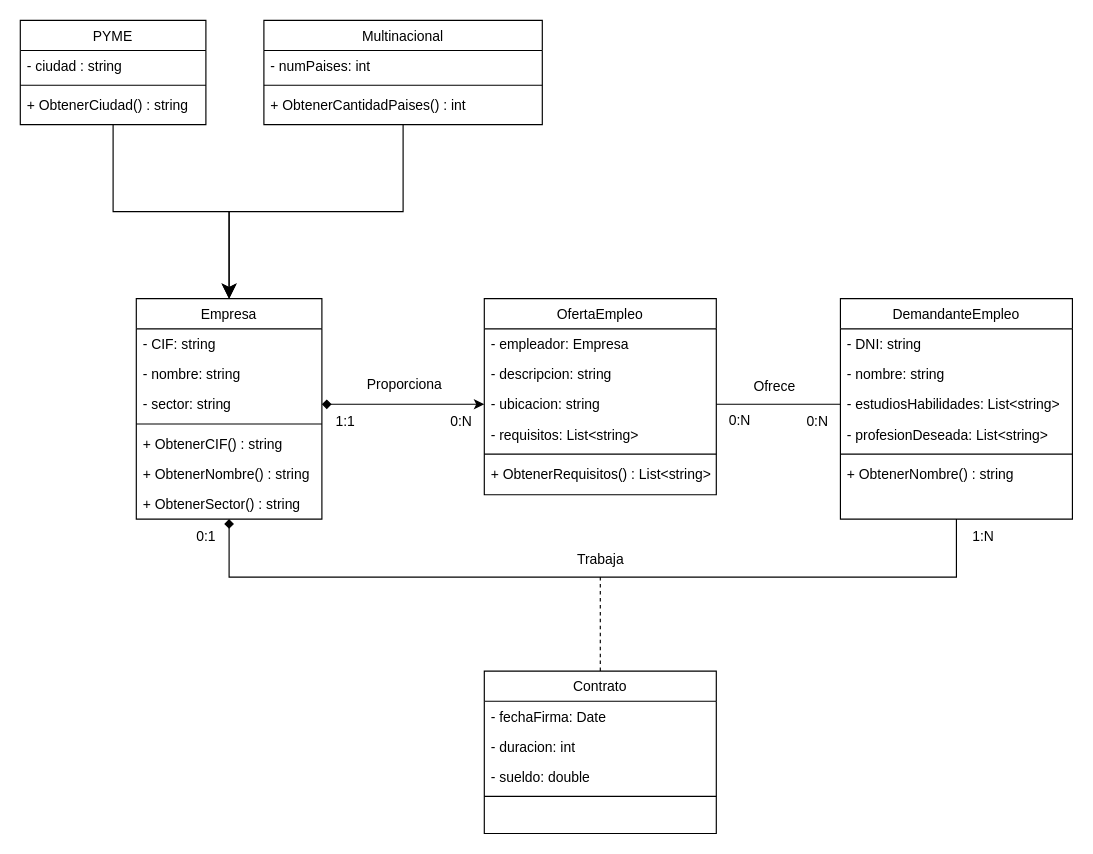
SerDieFer/1-DAW keeps this draw.io diagram as DEVELOPMENT ENVIRONMENT/PRÁCTICA 7.1/Ejercicio 6.drawio. Above is the earlier version. Source tidied: cells renumbered, new cells numbered last; positions are measured from the earlier drawing's top-left corner, leaving out a move shared by most shapes. Both pictures are drawn from the tidied source at 116%, with x=0, y=0 at pixel (20, 20).
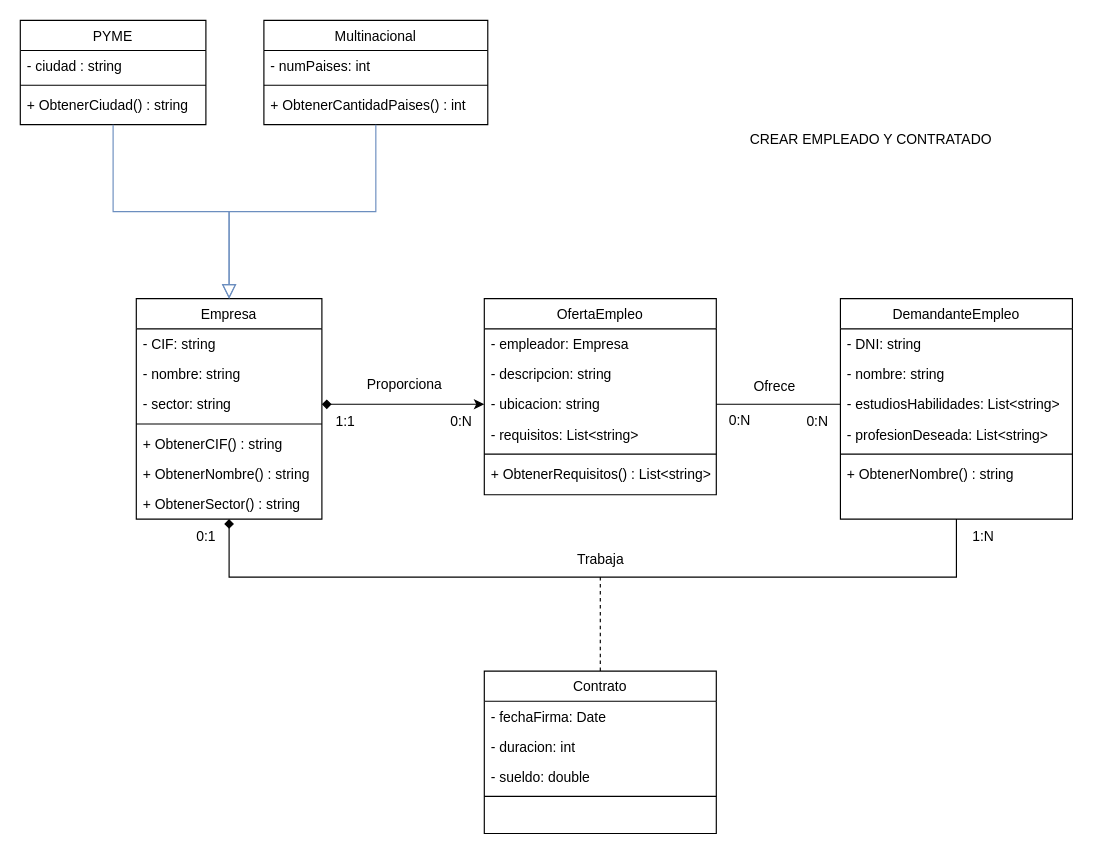
After the change.

Unchanged cells that the change refers to:
```xml
<mxCell id="3" value="Empresa" style="swimlane;fontStyle=0;align=center;verticalAlign=top;horizontal=1;startSize=26;rounded=0;shadow=0;strokeWidth=1;" parent="1" vertex="1">
  <mxGeometry x="100" y="240" width="160" height="190" as="geometry" />
</mxCell>
<mxCell id="11" value="PYME" style="swimlane;fontStyle=0;align=center;verticalAlign=top;horizontal=1;startSize=26;rounded=0;shadow=0;strokeWidth=1;" parent="1" vertex="1">
  <mxGeometry width="160" height="90" as="geometry" />
</mxCell>
```

Change to the diagram source:
```diff
@@
-    <mxCell id="15" style="endArrow=classic;endSize=10;endFill=1;shadow=0;strokeWidth=1;rounded=0;curved=0;edgeStyle=elbowEdgeStyle;elbow=vertical;" parent="1" edge="1" source="11" target="3">
+    <mxCell id="15" style="endArrow=block;endSize=10;endFill=0;shadow=0;strokeWidth=1;rounded=0;curved=0;edgeStyle=elbowEdgeStyle;elbow=vertical;fillColor=#dae8fc;gradientColor=#7ea6e0;strokeColor=#6c8ebf;" parent="1" edge="1" source="11" target="3">
       <mxGeometry relative="1" as="geometry" />
     </mxCell>
     <mxCell id="16" value="Multinacional" style="swimlane;fontStyle=0;align=center;verticalAlign=top;horizontal=1;startSize=26;rounded=0;shadow=0;strokeWidth=1;" parent="1" vertex="1">
-      <mxGeometry x="210" width="240" height="90" as="geometry" />
+      <mxGeometry x="210" width="193" height="90" as="geometry" />
     </mxCell>
     <mxCell id="17" value="- numPaises: int" style="text;align=left;verticalAlign=top;spacingLeft=4;spacingRight=4;overflow=hidden;" parent="16" vertex="1">
-      <mxGeometry y="26" width="240" height="26" as="geometry" />
+      <mxGeometry y="26" width="193" height="26" as="geometry" />
     </mxCell>
     <mxCell id="18" style="line;html=1;strokeWidth=1;align=left;verticalAlign=middle;spacingTop=-1;spacingLeft=3;spacingRight=3;labelPosition=right;" parent="16" vertex="1">
-      <mxGeometry y="52" width="240" height="8" as="geometry" />
+      <mxGeometry y="52" width="193" height="8" as="geometry" />
     </mxCell>
     <mxCell id="19" value="+ ObtenerCantidadPaises() : int" style="text;align=left;verticalAlign=top;spacingLeft=4;spacingRight=4;overflow=hidden;" parent="16" vertex="1">
-      <mxGeometry y="60" width="240" height="26" as="geometry" />
+      <mxGeometry y="60" width="193" height="26" as="geometry" />
     </mxCell>
-    <mxCell id="20" style="endArrow=classic;endSize=10;endFill=1;shadow=0;strokeWidth=1;rounded=0;curved=0;edgeStyle=elbowEdgeStyle;elbow=vertical;" parent="1" edge="1" source="16" target="3">
+    <mxCell id="20" style="endArrow=block;endSize=10;endFill=0;shadow=0;strokeWidth=1;rounded=0;curved=0;edgeStyle=elbowEdgeStyle;elbow=vertical;fillColor=#dae8fc;gradientColor=#7ea6e0;strokeColor=#6c8ebf;" parent="1" edge="1" source="16" target="3">
       <mxGeometry relative="1" as="geometry" />
     </mxCell>
@@
+    <mxCell id="52" value="CREAR EMPLEADO Y CONTRATADO" style="text;html=1;align=center;verticalAlign=middle;strokeColor=none;fillColor=none;" parent="1" vertex="1">
+      <mxGeometry x="618" y="88" width="230" height="30" as="geometry" />
+    </mxCell>
```
